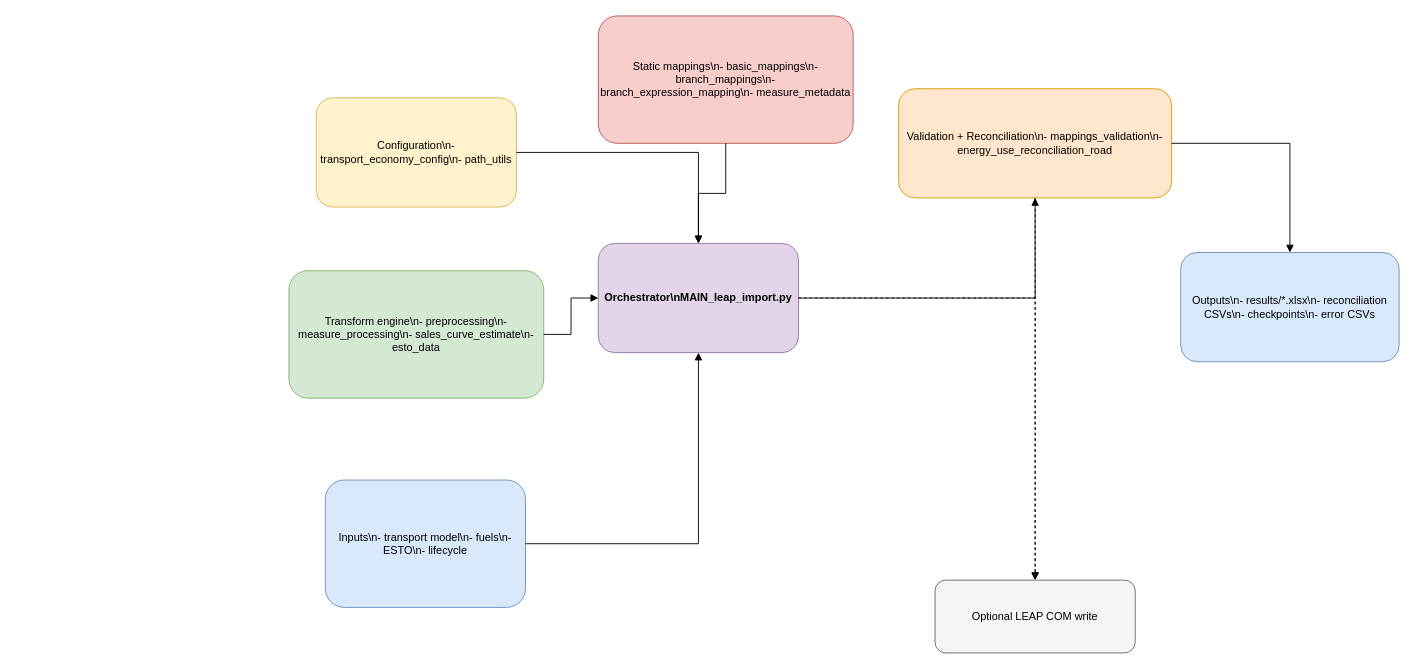
The draw.io diagram docs/leap-system.drawio in asia-pacific-energy-research-centre/leap_transport, before the edit. Source tidied: cells renumbered, new cells numbered last; positions are measured from the earlier drawing's top-left corner, leaving out a move shared by most shapes. Both pictures are drawn from the tidied source at 91%, with x=0, y=0 at pixel (288, 15).
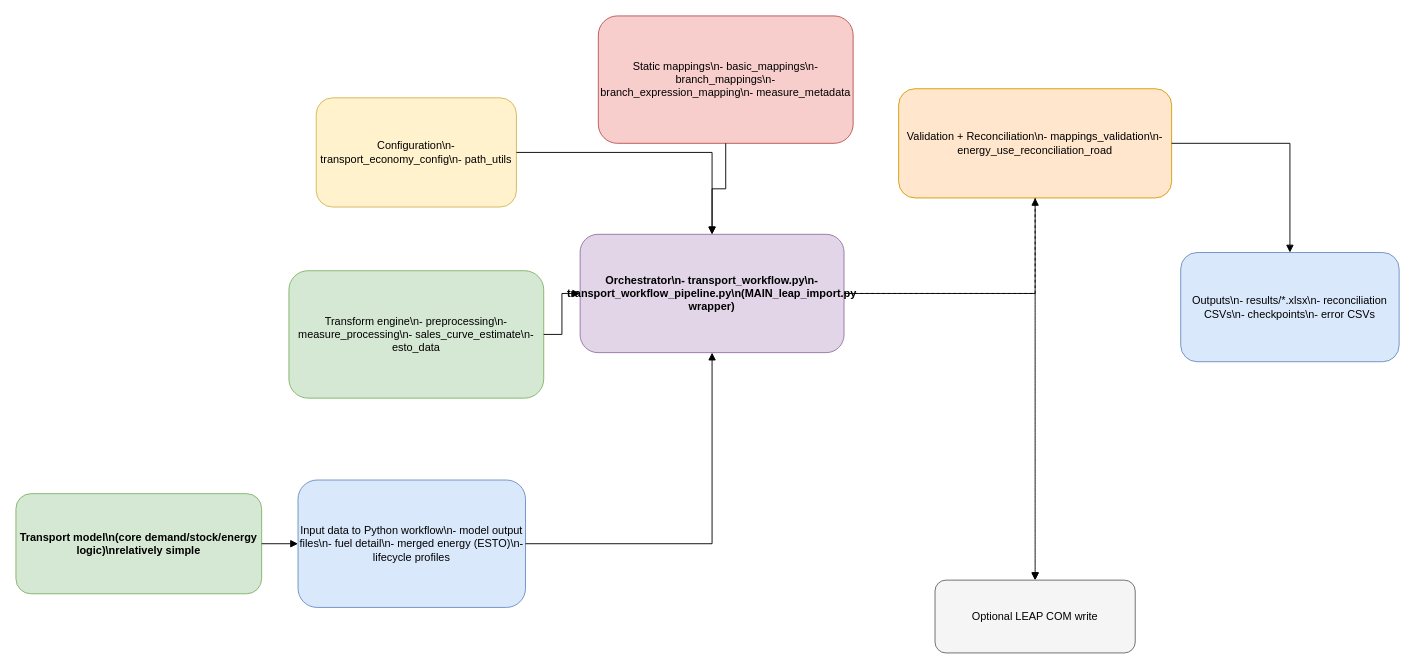
Above is the later version.

Change to the diagram source:
```diff
@@
 <mxGraphModel>
   <root>
     <mxCell id="0" />
     <mxCell id="1" parent="0" />
-    <mxCell id="2" value="Inputs\n- transport model\n- fuels\n- ESTO\n- lifecycle" style="rounded=1;whiteSpace=wrap;html=1;fillColor=#dae8fc;strokeColor=#6c8ebf;" parent="1" vertex="1">
-      <mxGeometry x="40" y="510" width="220" height="140" as="geometry" />
+    <mxCell id="2" value="Input data to Python workflow\n- model output files\n- fuel detail\n- merged energy (ESTO)\n- lifecycle profiles" style="rounded=1;whiteSpace=wrap;html=1;fillColor=#dae8fc;strokeColor=#6c8ebf;" parent="1" vertex="1">
+      <mxGeometry x="10" y="510" width="250" height="140" as="geometry" />
     </mxCell>
+    <mxCell id="18" value="Transport model\n(core demand/stock/energy logic)\nrelatively simple" style="rounded=1;whiteSpace=wrap;html=1;fontStyle=1;fillColor=#d5e8d4;strokeColor=#82b366;" parent="1" vertex="1">
+      <mxGeometry x="-300" y="525" width="270" height="110" as="geometry" />
+    </mxCell>
     <mxCell id="3" value="Configuration\n- transport_economy_config\n- path_utils" style="rounded=1;whiteSpace=wrap;html=1;fillColor=#fff2cc;strokeColor=#d6b656;" parent="1" vertex="1">
       <mxGeometry x="30" y="90" width="220" height="120" as="geometry" />
     </mxCell>
     <mxCell id="4" value="Static mappings\n- basic_mappings\n- branch_mappings\n- branch_expression_mapping\n- measure_metadata" style="rounded=1;whiteSpace=wrap;html=1;fillColor=#f8cecc;strokeColor=#b85450;" parent="1" vertex="1">
       <mxGeometry x="340" width="280" height="140" as="geometry" />
     </mxCell>
     <mxCell id="5" value="Transform engine\n- preprocessing\n- measure_processing\n- sales_curve_estimate\n- esto_data" style="rounded=1;whiteSpace=wrap;html=1;fillColor=#d5e8d4;strokeColor=#82b366;" parent="1" vertex="1">
       <mxGeometry y="280" width="280" height="140" as="geometry" />
     </mxCell>
-    <mxCell id="6" value="Orchestrator\nMAIN_leap_import.py" style="rounded=1;whiteSpace=wrap;html=1;fontStyle=1;fillColor=#e1d5e7;strokeColor=#9673a6;" parent="1" vertex="1">
-      <mxGeometry x="340" y="250" width="220" height="120" as="geometry" />
+    <mxCell id="6" value="Orchestrator\n- transport_workflow.py\n- transport_workflow_pipeline.py\n(MAIN_leap_import.py wrapper)" style="rounded=1;whiteSpace=wrap;html=1;fontStyle=1;fillColor=#e1d5e7;strokeColor=#9673a6;" parent="1" vertex="1">
+      <mxGeometry x="320" y="240" width="290" height="130" as="geometry" />
     </mxCell>
     <mxCell id="7" value="Validation + Reconciliation\n- mappings_validation\n- energy_use_reconciliation_road" style="rounded=1;whiteSpace=wrap;html=1;fillColor=#ffe6cc;strokeColor=#d79b00;" parent="1" vertex="1">
       <mxGeometry x="670" y="80" width="300" height="120" as="geometry" />
     </mxCell>
     <mxCell id="8" value="Outputs\n- results/*.xlsx\n- reconciliation CSVs\n- checkpoints\n- error CSVs" style="rounded=1;whiteSpace=wrap;html=1;fillColor=#dae8fc;strokeColor=#6c8ebf;" parent="1" vertex="1">
       <mxGeometry x="980" y="260" width="240" height="120" as="geometry" />
     </mxCell>
     <mxCell id="9" value="Optional LEAP COM write" style="rounded=1;whiteSpace=wrap;html=1;fillColor=#f5f5f5;strokeColor=#666666;" parent="1" vertex="1">
       <mxGeometry x="710" y="620" width="220" height="80" as="geometry" />
     </mxCell>
     <mxCell id="10" style="edgeStyle=orthogonalEdgeStyle;rounded=0;jettySize=auto;html=1;endArrow=block;" parent="1" edge="1" source="3" target="6">
       <mxGeometry relative="1" as="geometry" />
     </mxCell>
     <mxCell id="11" style="edgeStyle=orthogonalEdgeStyle;rounded=0;jettySize=auto;html=1;endArrow=block;" parent="1" edge="1" source="2" target="6">
       <mxGeometry relative="1" as="geometry" />
     </mxCell>
     <mxCell id="12" style="edgeStyle=orthogonalEdgeStyle;rounded=0;jettySize=auto;html=1;endArrow=block;" parent="1" edge="1" source="4" target="6">
       <mxGeometry relative="1" as="geometry" />
     </mxCell>
     <mxCell id="13" style="edgeStyle=orthogonalEdgeStyle;rounded=0;jettySize=auto;html=1;endArrow=block;" parent="1" edge="1" source="5" target="6">
       <mxGeometry relative="1" as="geometry" />
     </mxCell>
     <mxCell id="14" style="edgeStyle=orthogonalEdgeStyle;rounded=0;jettySize=auto;html=1;endArrow=block;" parent="1" edge="1" source="6" target="7">
       <mxGeometry relative="1" as="geometry" />
     </mxCell>
     <mxCell id="15" style="edgeStyle=orthogonalEdgeStyle;rounded=0;jettySize=auto;html=1;endArrow=block;" parent="1" edge="1" source="7" target="8">
       <mxGeometry relative="1" as="geometry" />
     </mxCell>
     <mxCell id="16" style="edgeStyle=orthogonalEdgeStyle;rounded=0;jettySize=auto;html=1;dashed=1;endArrow=block;" parent="1" edge="1" source="6" target="9">
       <mxGeometry relative="1" as="geometry" />
     </mxCell>
     <mxCell id="17" style="edgeStyle=orthogonalEdgeStyle;rounded=0;jettySize=auto;html=1;dashed=1;endArrow=block;" parent="1" edge="1" source="7" target="9">
       <mxGeometry relative="1" as="geometry" />
     </mxCell>
+    <mxCell id="19" style="edgeStyle=orthogonalEdgeStyle;rounded=0;jettySize=auto;html=1;endArrow=block;" parent="1" edge="1" source="18" target="2">
+      <mxGeometry relative="1" as="geometry" />
+    </mxCell>
   </root>
 </mxGraphModel>
```
